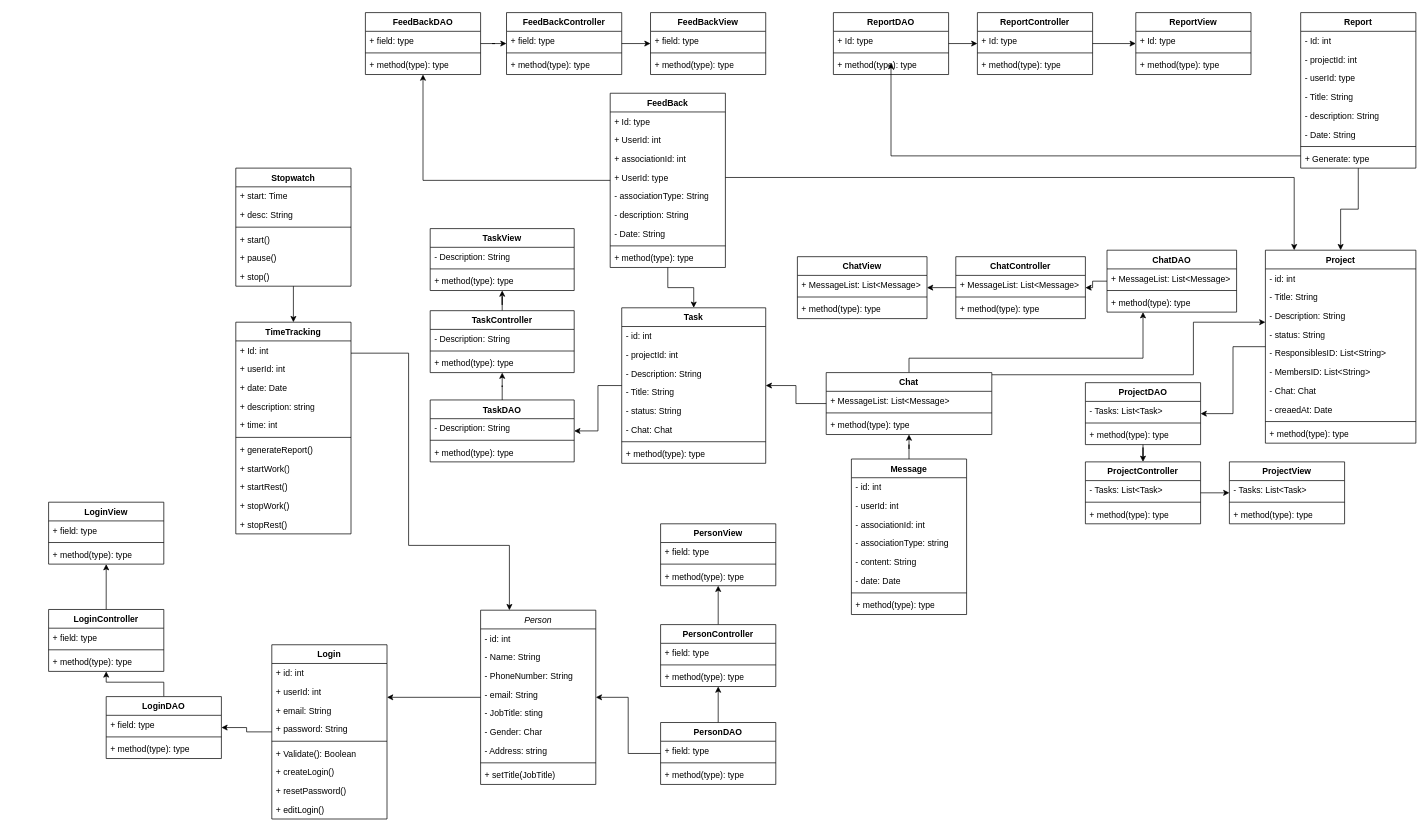
Above: docs/DiagramaDeClasse.drawio in GabrielWhite96/TaskLy_LPS (draw.io), before the change. Source tidied: cells renumbered, new cells numbered last; positions are measured from the earlier drawing's top-left corner, leaving out a move shared by most shapes. Both pictures are drawn from the tidied source at 72%, with x=0, y=0 at pixel (48, 12).
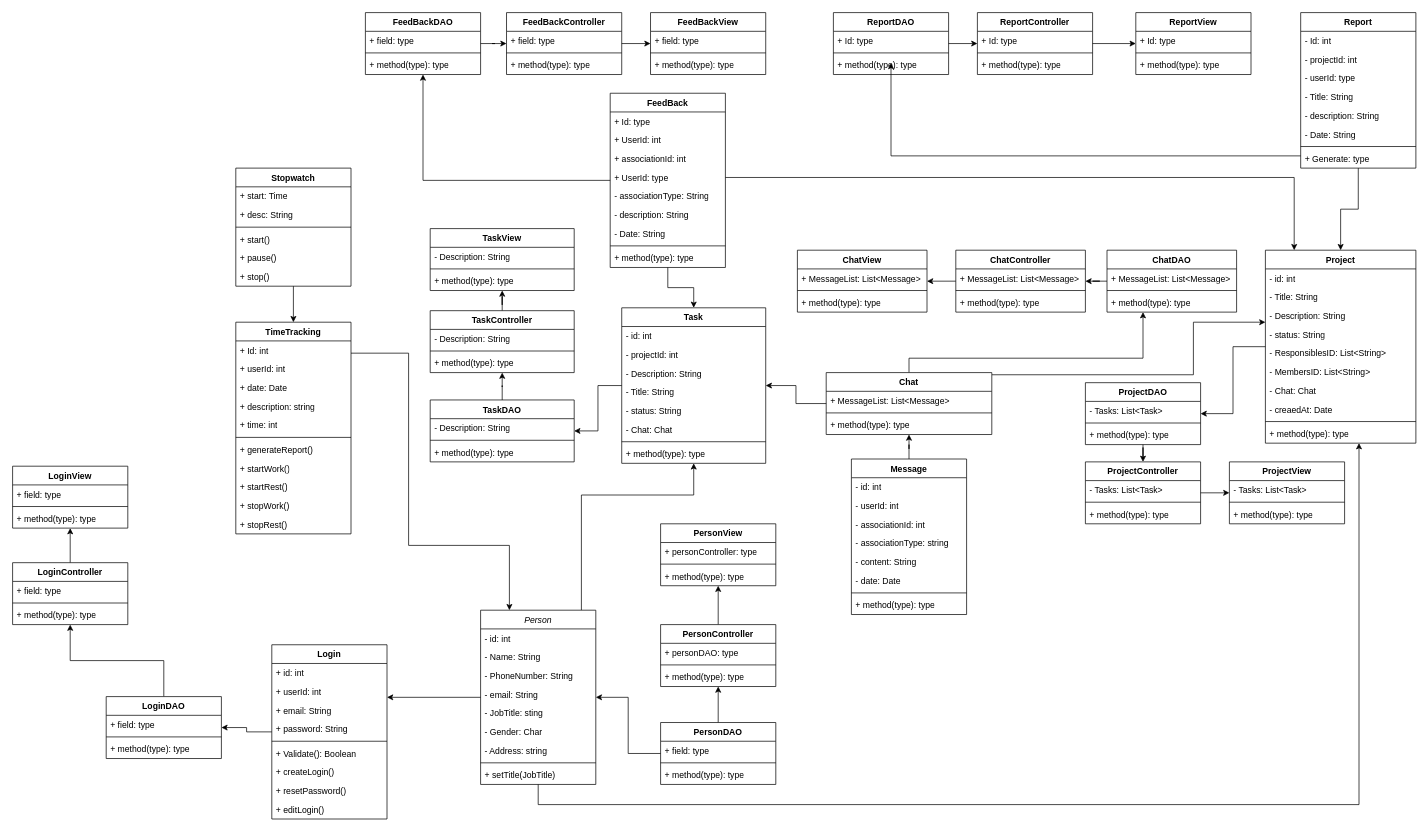
The same page after the edit.

The change refers to these unchanged cells:
```xml
<mxCell id="3" value="Person" style="swimlane;fontStyle=2;align=center;verticalAlign=top;horizontal=1;startSize=26;rounded=0;shadow=0;strokeWidth=1;" parent="1" vertex="1">
  <mxGeometry x="600" y="830" width="160" height="242" as="geometry" />
</mxCell>
<mxCell id="14" value="Task" style="swimlane;fontStyle=1;align=center;verticalAlign=top;horizontal=1;startSize=26;whiteSpace=wrap;html=1;" parent="1" vertex="1">
  <mxGeometry x="796" y="410" width="200" height="216" as="geometry" />
</mxCell>
<mxCell id="24" value="Project" style="swimlane;fontStyle=1;align=center;verticalAlign=top;horizontal=1;startSize=26;whiteSpace=wrap;html=1;" parent="1" vertex="1">
  <mxGeometry x="1690" y="330" width="209" height="268" as="geometry" />
</mxCell>
<mxCell id="133" value="PersonView" style="swimlane;fontStyle=1;align=center;verticalAlign=top;horizontal=1;startSize=26;whiteSpace=wrap;html=1;" parent="1" vertex="1">
  <mxGeometry x="850" y="710" width="160" height="86" as="geometry" />
</mxCell>
<mxCell id="177" value="PersonController" style="swimlane;fontStyle=1;align=center;verticalAlign=top;horizontal=1;startSize=26;whiteSpace=wrap;html=1;" parent="1" vertex="1">
  <mxGeometry x="850" y="850" width="160" height="86" as="geometry" />
</mxCell>
```

What changed in the source:
```diff
@@
+    <mxCell id="207" style="edgeStyle=orthogonalEdgeStyle;rounded=0;jettySize=auto;html=1;" parent="1" edge="1" source="3" target="14">
+      <mxGeometry relative="1" as="geometry">
+        <Array as="points">
+          <mxPoint x="740" y="670" />
+          <mxPoint x="896" y="670" />
+        </Array>
+      </mxGeometry>
+    </mxCell>
+    <mxCell id="208" style="edgeStyle=orthogonalEdgeStyle;rounded=0;jettySize=auto;html=1;" parent="1" edge="1" source="3" target="24">
+      <mxGeometry relative="1" as="geometry">
+        <Array as="points">
+          <mxPoint x="680" y="1100" />
+          <mxPoint x="1820" y="1100" />
+        </Array>
+      </mxGeometry>
+    </mxCell>
@@
     <mxCell id="124" value="LoginView" style="swimlane;fontStyle=1;align=center;verticalAlign=top;horizontal=1;startSize=26;whiteSpace=wrap;html=1;" parent="1" vertex="1">
-      <mxGeometry y="680" width="160" height="86" as="geometry" />
+      <mxGeometry x="-50" y="630" width="160" height="86" as="geometry" />
     </mxCell>
@@
-    <mxCell id="134" value="+ field: type" style="text;strokeColor=none;fillColor=none;align=left;verticalAlign=top;spacingLeft=4;spacingRight=4;overflow=hidden;whiteSpace=wrap;html=1;" parent="133" vertex="1">
+    <mxCell id="134" value="+ personController: type" style="text;strokeColor=none;fillColor=none;align=left;verticalAlign=top;spacingLeft=4;spacingRight=4;overflow=hidden;whiteSpace=wrap;html=1;" parent="133" vertex="1">
       <mxGeometry y="26" width="160" height="26" as="geometry" />
     </mxCell>
@@
     <mxCell id="161" value="ChatView" style="swimlane;fontStyle=1;align=center;verticalAlign=top;horizontal=1;startSize=26;whiteSpace=wrap;html=1;" parent="1" vertex="1">
-      <mxGeometry x="1040" y="339" width="180" height="86" as="geometry" />
+      <mxGeometry x="1040" y="330" width="180" height="86" as="geometry" />
     </mxCell>
@@
     <mxCell id="172" value="LoginController" style="swimlane;fontStyle=1;align=center;verticalAlign=top;horizontal=1;startSize=26;whiteSpace=wrap;html=1;" parent="1" vertex="1">
-      <mxGeometry y="829" width="160" height="86" as="geometry" />
+      <mxGeometry x="-50" y="764" width="160" height="86" as="geometry" />
     </mxCell>
@@
-    <mxCell id="178" value="+ field: type" style="text;strokeColor=none;fillColor=none;align=left;verticalAlign=top;spacingLeft=4;spacingRight=4;overflow=hidden;whiteSpace=wrap;html=1;" parent="177" vertex="1">
+    <mxCell id="178" value="+ personDAO&lt;span style=&quot;background-color: initial;&quot;&gt;: type&lt;/span&gt;" style="text;strokeColor=none;fillColor=none;align=left;verticalAlign=top;spacingLeft=4;spacingRight=4;overflow=hidden;whiteSpace=wrap;html=1;" parent="177" vertex="1">
       <mxGeometry y="26" width="160" height="26" as="geometry" />
     </mxCell>
@@
     <mxCell id="202" value="ChatController" style="swimlane;fontStyle=1;align=center;verticalAlign=top;horizontal=1;startSize=26;whiteSpace=wrap;html=1;" parent="1" vertex="1">
-      <mxGeometry x="1260" y="339" width="180" height="86" as="geometry" />
+      <mxGeometry x="1260" y="330" width="180" height="86" as="geometry" />
     </mxCell>
```
